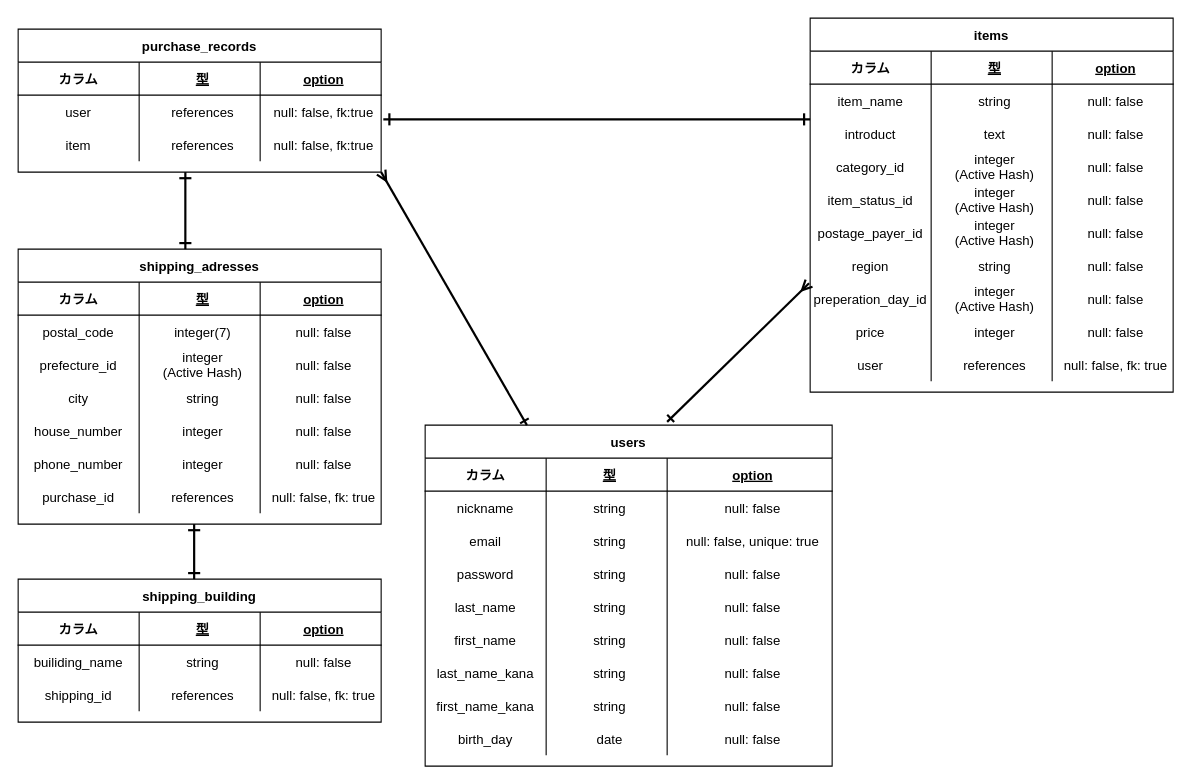
Before: ER.dio in hi-roto/furima-32883, a draw.io diagram. Source tidied: cells renumbered, new cells numbered last; positions are measured from the earlier drawing's top-left corner, leaving out a move shared by most shapes. Both pictures are drawn from the tidied source at 110%, with x=0, y=0 at pixel (18, 18).
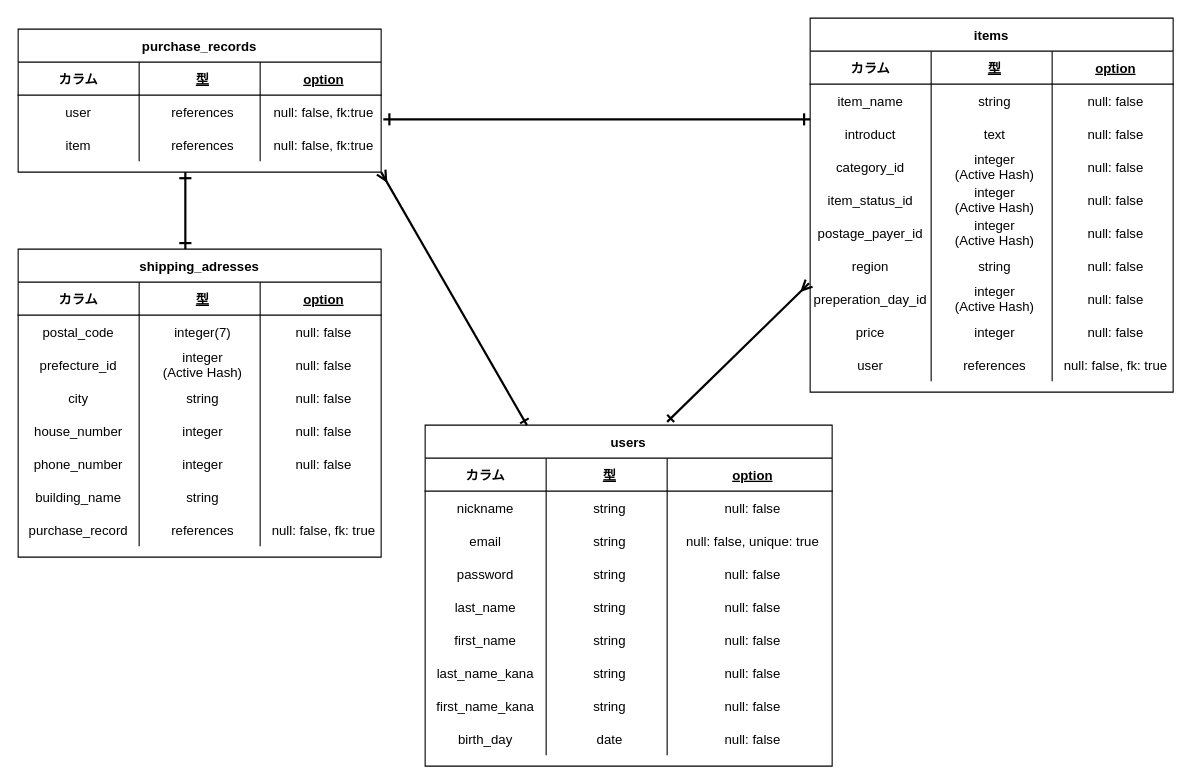
After the change.

Commit message (it also covers changes not shown here):
shipping_buildingテーブルの統合

1 shipping_buildingテーブルを削除し、purchase_adressesテーブルに統合
2 purchase_adressesテーブルにbuilding_nameカラムを追加

Change to the diagram source:
```diff
@@
     <mxCell id="93" value="shipping_adresses" style="shape=table;startSize=30;childLayout=tableLayout;rowLines=0;fontStyle=1;align=center;" parent="1" vertex="1">
-      <mxGeometry y="210" width="330" height="250" as="geometry" />
+      <mxGeometry y="210" width="330" height="280" as="geometry" />
     </mxCell>
@@
+    <mxCell id="140" style="shape=partialRectangle;fillColor=none;top=0;left=0;bottom=0;right=0;" parent="93" vertex="1">
+      <mxGeometry y="210" width="330" height="30" as="geometry" />
+    </mxCell>
+    <mxCell id="141" value="building_name" style="shape=partialRectangle;fillColor=none;top=0;left=0;bottom=0;right=0;overflow=hidden;" parent="140" vertex="1">
+      <mxGeometry width="110" height="30" as="geometry" />
+    </mxCell>
+    <mxCell id="133" value="string" style="shape=partialRectangle;fillColor=none;top=0;left=0;bottom=0;right=0;align=center;spacingLeft=6;overflow=hidden;" parent="140" vertex="1">
+      <mxGeometry x="110" width="110" height="30" as="geometry" />
+    </mxCell>
+    <mxCell id="142" style="shape=partialRectangle;fillColor=none;top=0;left=0;bottom=0;right=0;align=center;spacingLeft=6;overflow=hidden;" parent="140" vertex="1">
+      <mxGeometry x="220" width="110" height="30" as="geometry" />
+    </mxCell>
     <mxCell id="118" style="shape=partialRectangle;fillColor=none;top=0;left=0;bottom=0;right=0;" parent="93" vertex="1">
-      <mxGeometry y="210" width="330" height="30" as="geometry" />
+      <mxGeometry y="240" width="330" height="30" as="geometry" />
     </mxCell>
-    <mxCell id="119" value="purchase_id" style="shape=partialRectangle;fillColor=none;top=0;left=0;bottom=0;right=0;overflow=hidden;" parent="118" vertex="1">
+    <mxCell id="119" value="purchase_record" style="shape=partialRectangle;fillColor=none;top=0;left=0;bottom=0;right=0;overflow=hidden;" parent="118" vertex="1">
       <mxGeometry width="110" height="30" as="geometry" />
     </mxCell>
@@
-    <mxCell id="126" value="shipping_building" style="shape=table;startSize=30;childLayout=tableLayout;rowLines=0;fontStyle=1;align=center;" parent="1" vertex="1">
-      <mxGeometry y="510" width="330" height="130" as="geometry" />
-    </mxCell>
-    <mxCell id="127" style="shape=partialRectangle;fillColor=none;top=0;left=0;bottom=1;right=0;" parent="126" vertex="1">
-      <mxGeometry y="30" width="330" height="30" as="geometry" />
-    </mxCell>
-    <mxCell id="128" value="カラム" style="shape=partialRectangle;fillColor=none;top=0;left=0;bottom=0;right=0;fontStyle=1;overflow=hidden;" parent="127" vertex="1">
-      <mxGeometry width="110" height="30" as="geometry" />
-    </mxCell>
-    <mxCell id="129" value="型" style="shape=partialRectangle;fillColor=none;top=0;left=0;bottom=0;right=0;align=center;spacingLeft=6;fontStyle=5;overflow=hidden;" parent="127" vertex="1">
-      <mxGeometry x="110" width="110" height="30" as="geometry" />
-    </mxCell>
-    <mxCell id="130" value="option" style="shape=partialRectangle;fillColor=none;top=0;left=0;bottom=0;right=0;align=center;spacingLeft=6;fontStyle=5;overflow=hidden;" parent="127" vertex="1">
-      <mxGeometry x="220" width="110" height="30" as="geometry" />
-    </mxCell>
-    <mxCell id="131" style="shape=partialRectangle;fillColor=none;top=0;left=0;bottom=0;right=0;" parent="126" vertex="1">
-      <mxGeometry y="60" width="330" height="30" as="geometry" />
-    </mxCell>
-    <mxCell id="132" value="builiding_name" style="shape=partialRectangle;fillColor=none;top=0;left=0;bottom=0;right=0;overflow=hidden;" parent="131" vertex="1">
-      <mxGeometry width="110" height="30" as="geometry" />
-    </mxCell>
-    <mxCell id="133" value="string" style="shape=partialRectangle;fillColor=none;top=0;left=0;bottom=0;right=0;align=center;spacingLeft=6;overflow=hidden;" parent="131" vertex="1">
-      <mxGeometry x="110" width="110" height="30" as="geometry" />
-    </mxCell>
-    <mxCell id="134" value="null: false" style="shape=partialRectangle;fillColor=none;top=0;left=0;bottom=0;right=0;align=center;spacingLeft=6;overflow=hidden;" parent="131" vertex="1">
-      <mxGeometry x="220" width="110" height="30" as="geometry" />
-    </mxCell>
-    <mxCell id="135" style="shape=partialRectangle;fillColor=none;top=0;left=0;bottom=0;right=0;" parent="126" vertex="1">
-      <mxGeometry y="90" width="330" height="30" as="geometry" />
-    </mxCell>
-    <mxCell id="136" value="shipping_id" style="shape=partialRectangle;fillColor=none;top=0;left=0;bottom=0;right=0;overflow=hidden;" parent="135" vertex="1">
-      <mxGeometry width="110" height="30" as="geometry" />
-    </mxCell>
-    <mxCell id="137" value="references" style="shape=partialRectangle;fillColor=none;top=0;left=0;bottom=0;right=0;align=center;spacingLeft=6;overflow=hidden;" parent="135" vertex="1">
-      <mxGeometry x="110" width="110" height="30" as="geometry" />
-    </mxCell>
-    <mxCell id="138" value="null: false, fk: true" style="shape=partialRectangle;fillColor=none;top=0;left=0;bottom=0;right=0;align=center;spacingLeft=6;overflow=hidden;" parent="135" vertex="1">
-      <mxGeometry x="220" width="110" height="30" as="geometry" />
-    </mxCell>
-    <mxCell id="139" style="endArrow=ERone;html=1;rounded=0;endFill=0;startArrow=ERone;startFill=0;strokeWidth=2;endSize=8;startSize=8;" parent="1" edge="1">
-      <mxGeometry relative="1" as="geometry">
-        <mxPoint x="160" y="460" as="sourcePoint" />
-        <mxPoint x="160" y="510" as="targetPoint" />
-      </mxGeometry>
-    </mxCell>
```
